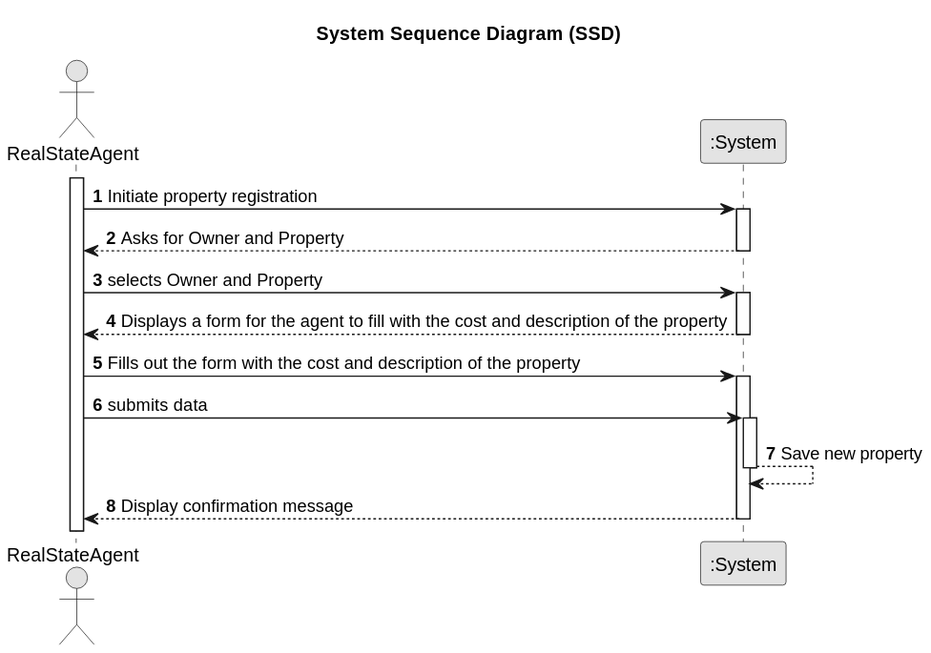
Above: lei-22-s2-1do-g68/docs/sprintA/us002/01.requirements-engineering/svg/us002-System-Sequence-Diagram-Alternative-One-System_Sequence_Diagram__SSD_.svg in hugosilva2901/lei-22-s2-1DO-g68 (PlantUML), before the change. Source of this version:
```plantuml
@startuml
skinparam monochrome true
skinparam packageStyle rectangle
skinparam shadowing false

title System Sequence Diagram (SSD)

autonumber
actor "RealStateAgent" as User
participant ":System" as System

activate User

    User -> System : Initiate property registration
    activate System

    System --> User : Asks for Owner and Property
    deactivate System

    User -> System : selects Owner and Property
    activate System

    System --> User : Displays a form for the agent to fill with the cost and description of the property
    deactivate System

    User -> System : Fills out the form with the cost and description of the property
    activate System

    User -> System : submits data
    activate System

    System --> System: Save new property
    deactivate System

    System --> User: Display confirmation message
    deactivate System
@enduml
```
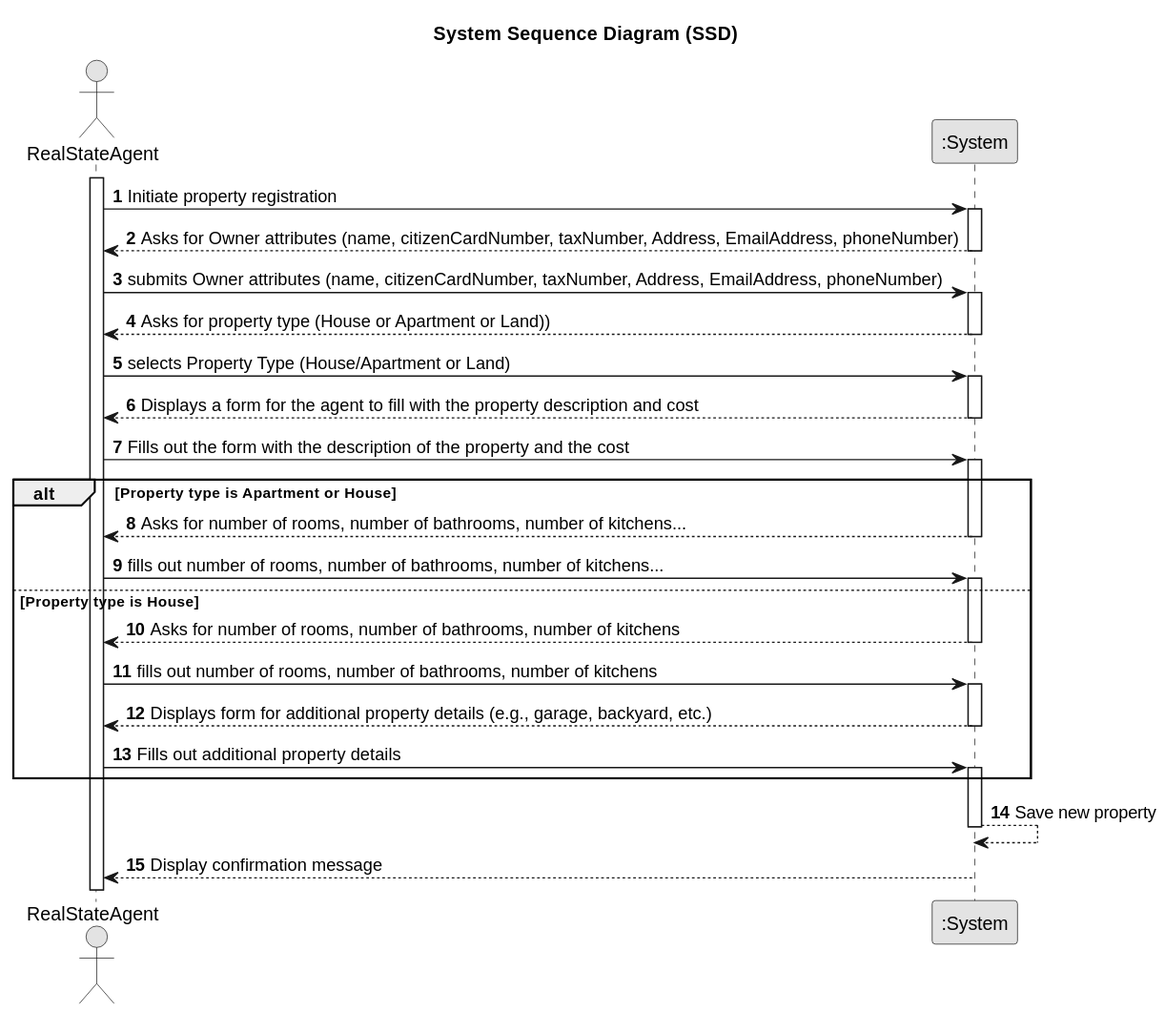
The same diagram one commit later.

Diff of the diagram source:
```diff
@@ -11,27 +11,54 @@
 
 activate User
 
-    User -> System : Initiate property registration
+User -> System : Initiate property registration
+activate System
+
+System --> User : Asks for Owner attributes (name, citizenCardNumber, taxNumber, Address, EmailAddress, phoneNumber)
+deactivate System
+
+User -> System : submits Owner attributes (name, citizenCardNumber, taxNumber, Address, EmailAddress, phoneNumber)
+activate System
+
+System --> User : Asks for property type (House or Apartment or Land))
+deactivate System
+
+User -> System : selects Property Type (House/Apartment or Land)
+activate System
+
+System --> User : Displays a form for the agent to fill with the property description and cost
+deactivate System
+
+User -> System : Fills out the form with the description of the property and the cost
+activate System
+
+alt Property type is Apartment or House
+
+    System --> User : Asks for number of rooms, number of bathrooms, number of kitchens...
+    deactivate System
+
+    User -> System : fills out number of rooms, number of bathrooms, number of kitchens...
     activate System
 
-    System --> User : Asks for Owner and Property
-    deactivate System
+    else Property type is House
 
-    User -> System : selects Owner and Property
-    activate System
+        System --> User : Asks for number of rooms, number of bathrooms, number of kitchens
+        deactivate System
 
-    System --> User : Displays a form for the agent to fill with the cost and description of the property
-    deactivate System
+        User -> System : fills out number of rooms, number of bathrooms, number of kitchens
+        activate System
 
-    User -> System : Fills out the form with the cost and description of the property
-    activate System
+        System --> User : Displays form for additional property details (e.g., garage, backyard, etc.)
+        deactivate System
 
-    User -> System : submits data
-    activate System
+        User -> System : Fills out additional property details
+        activate System
 
-    System --> System: Save new property
-    deactivate System
+end
 
-    System --> User: Display confirmation message
-    deactivate System
+System --> System: Save new property
+deactivate System
+
+System --> User: Display confirmation message
+deactivate System
 @enduml
```
